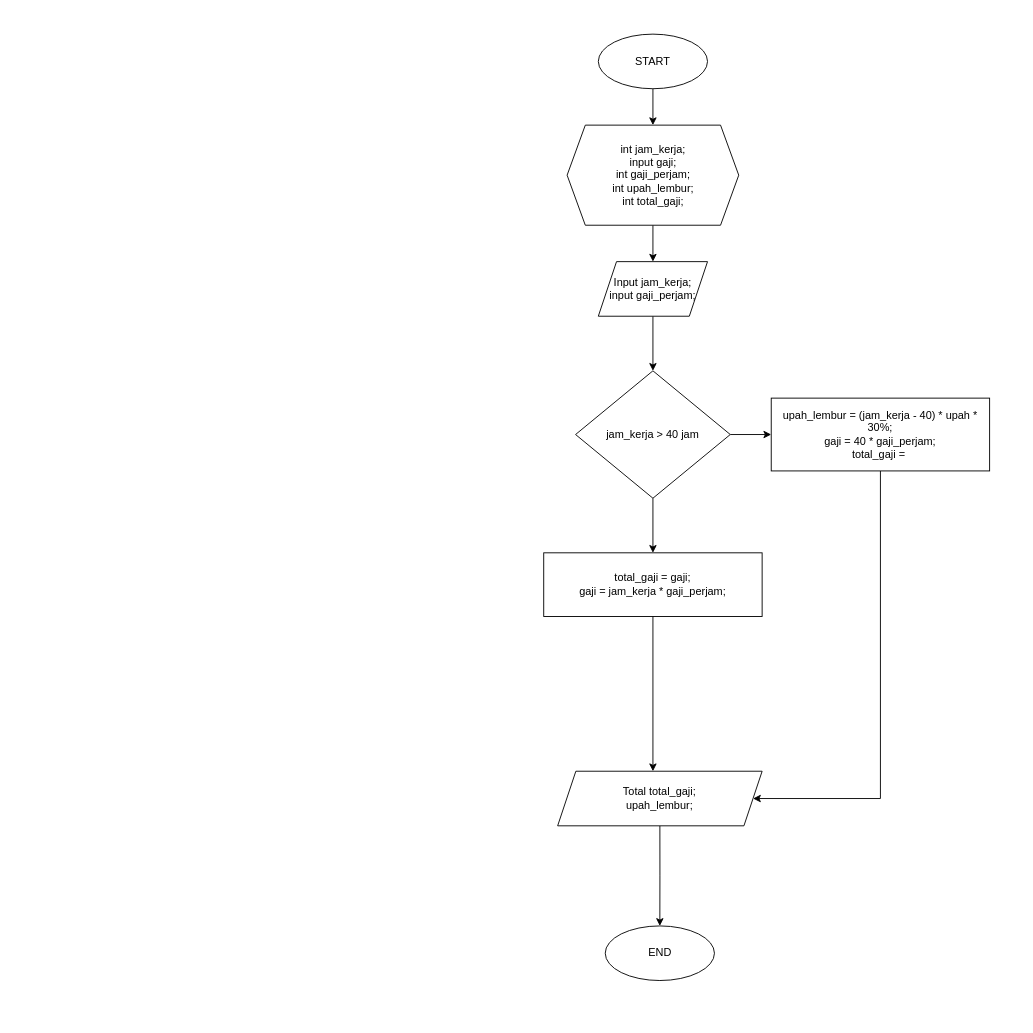
The draw.io diagram Baru.drawio in PVegananda/RANDOM_PHP_WEBSITE, before the edit. Source tidied: cells renumbered, new cells numbered last; positions are measured from the earlier drawing's top-left corner, leaving out a move shared by most shapes. Both pictures are drawn from the tidied source at 91%, with x=0, y=0 at pixel (543, 34).
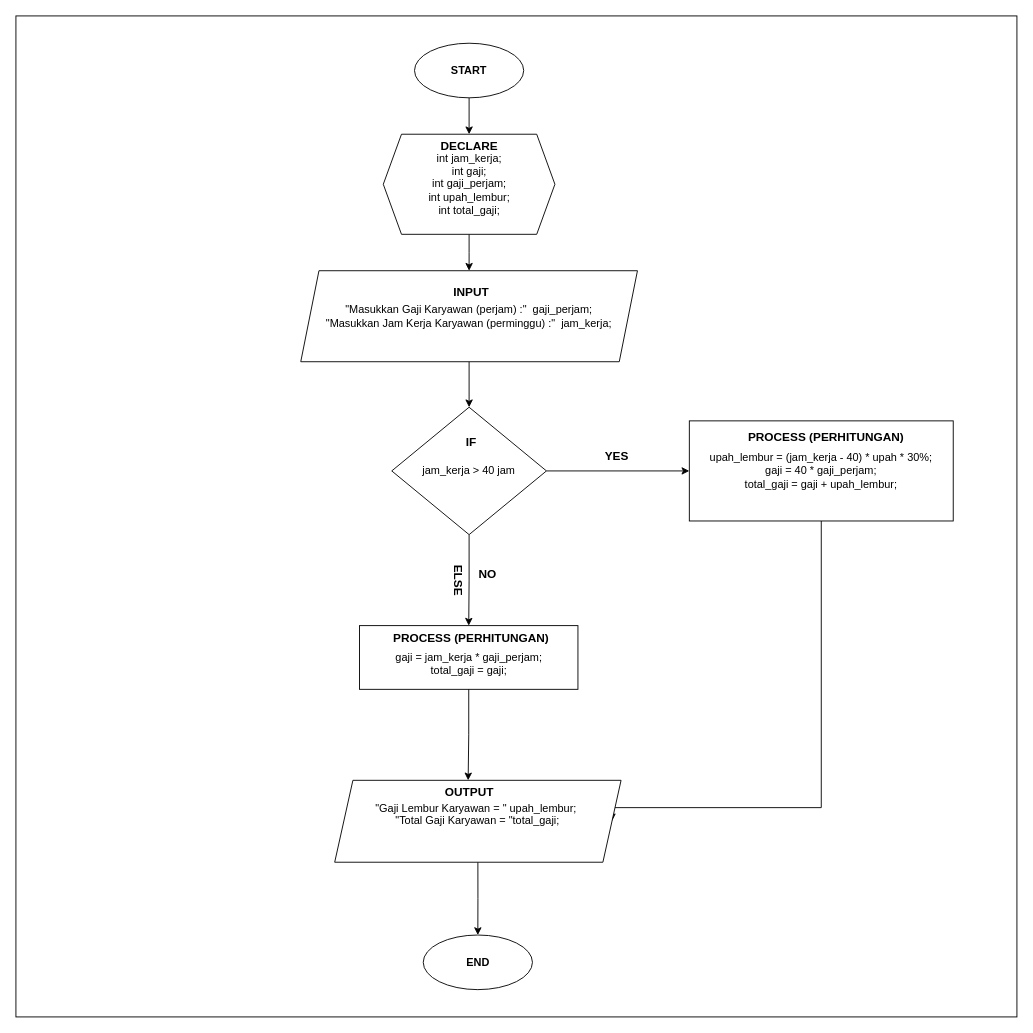
The same page after the edit.

What changed in the source:
```diff
@@
-    <mxCell id="3" value="START" style="ellipse;whiteSpace=wrap;html=1;" parent="1" vertex="1">
-      <mxGeometry x="60" width="120" height="60" as="geometry" />
+    <mxCell id="3" value="&lt;b&gt;START&lt;/b&gt;" style="ellipse;whiteSpace=wrap;html=1;" parent="1" vertex="1">
+      <mxGeometry x="-142" y="10" width="120" height="60" as="geometry" />
     </mxCell>
@@
-    <mxCell id="5" value="int jam_kerja;&lt;div&gt;input gaji;&lt;br&gt;&lt;div&gt;int gaji_perjam;&lt;/div&gt;&lt;div&gt;int upah_lembur;&lt;/div&gt;&lt;div&gt;int total_gaji;&lt;/div&gt;&lt;/div&gt;" style="shape=hexagon;perimeter=hexagonPerimeter2;whiteSpace=wrap;html=1;fixedSize=1;" parent="1" vertex="1">
-      <mxGeometry x="25.7" y="100" width="188.6" height="110" as="geometry" />
+    <mxCell id="5" value="int jam_kerja;&lt;div&gt;int gaji;&lt;br&gt;&lt;div&gt;int gaji_perjam;&lt;/div&gt;&lt;div&gt;int upah_lembur;&lt;/div&gt;&lt;div&gt;int total_gaji;&lt;/div&gt;&lt;/div&gt;" style="shape=hexagon;perimeter=hexagonPerimeter2;whiteSpace=wrap;html=1;fixedSize=1;" parent="1" vertex="1">
+      <mxGeometry x="-176.3" y="110" width="188.6" height="110" as="geometry" />
     </mxCell>
@@
-    <mxCell id="7" value="Input jam_kerja;&lt;div&gt;input gaji_perjam;&lt;/div&gt;" style="shape=parallelogram;perimeter=parallelogramPerimeter;whiteSpace=wrap;html=1;fixedSize=1;" parent="1" vertex="1">
-      <mxGeometry x="60" y="250" width="120" height="60" as="geometry" />
+    <mxCell id="7" value="&quot;Masukkan Gaji Karyawan (perjam) :&quot;&amp;nbsp; gaji_perjam;&lt;br&gt;&lt;div&gt;&lt;span style=&quot;background-color: transparent; color: light-dark(rgb(0, 0, 0), rgb(255, 255, 255));&quot;&gt;&quot;Masukkan Jam Kerja Karyawan (perminggu) :&quot;&lt;/span&gt;&amp;nbsp; jam_kerja;&lt;/div&gt;" style="shape=parallelogram;perimeter=parallelogramPerimeter;whiteSpace=wrap;html=1;fixedSize=1;" parent="1" vertex="1">
+      <mxGeometry x="-267" y="260" width="370" height="100" as="geometry" />
     </mxCell>
@@
     <mxCell id="10" value="jam_kerja &amp;gt; 40 jam" style="rhombus;whiteSpace=wrap;html=1;" parent="1" vertex="1">
-      <mxGeometry x="35" y="370" width="170" height="140" as="geometry" />
+      <mxGeometry x="-167" y="410" width="170" height="140" as="geometry" />
     </mxCell>
     <mxCell id="11" style="edgeStyle=orthogonalEdgeStyle;rounded=0;jettySize=auto;html=1;exitX=0.5;exitY=1;exitDx=0;exitDy=0;entryX=1;entryY=0.5;entryDx=0;entryDy=0;" parent="1" edge="1" source="12" target="14">
       <mxGeometry relative="1" as="geometry">
         <Array as="points">
-          <mxPoint x="370" y="840" />
+          <mxPoint x="305" y="850" />
         </Array>
       </mxGeometry>
     </mxCell>
-    <mxCell id="12" value="&lt;div&gt;&lt;br&gt;&lt;/div&gt;&lt;div&gt;&lt;br&gt;&lt;/div&gt;upah_lembur = (jam_kerja - 40) * upah * 30%;&lt;div&gt;gaji = 40 * gaji_perjam;&lt;/div&gt;&lt;div&gt;total_gaji =&amp;nbsp;&lt;br&gt;&lt;div&gt;&lt;div&gt;&lt;div&gt;&lt;br&gt;&lt;div&gt;&lt;div&gt;&amp;nbsp;&lt;/div&gt;&lt;/div&gt;&lt;/div&gt;&lt;/div&gt;&lt;/div&gt;&lt;/div&gt;" style="rounded=0;whiteSpace=wrap;html=1;" parent="1" vertex="1">
-      <mxGeometry x="250" y="400" width="240" height="80" as="geometry" />
+    <mxCell id="12" value="&lt;div&gt;&lt;br&gt;&lt;/div&gt;&lt;div&gt;&lt;br&gt;&lt;/div&gt;upah_lembur = (jam_kerja - 40) * upah * 30%;&lt;div&gt;gaji = 40 * gaji_perjam;&lt;/div&gt;&lt;div&gt;total_gaji = gaji + upah_lembur;&lt;br&gt;&lt;div&gt;&lt;div&gt;&lt;div&gt;&lt;br&gt;&lt;div&gt;&lt;div&gt;&amp;nbsp;&lt;/div&gt;&lt;/div&gt;&lt;/div&gt;&lt;/div&gt;&lt;/div&gt;&lt;/div&gt;" style="rounded=0;whiteSpace=wrap;html=1;" parent="1" vertex="1">
+      <mxGeometry x="160" y="425" width="290" height="110" as="geometry" />
     </mxCell>
@@
-    <mxCell id="14" value="Total total_gaji;&lt;div&gt;upah_lembur;&lt;/div&gt;" style="shape=parallelogram;perimeter=parallelogramPerimeter;whiteSpace=wrap;html=1;fixedSize=1;" parent="1" vertex="1">
-      <mxGeometry x="15.3" y="810" width="224.7" height="60" as="geometry" />
+    <mxCell id="14" value="&quot;Gaji Lembur Karyawan = &quot; upah_lembur;&amp;nbsp;&lt;div&gt;&quot;Total Gaji Karyawan = &quot;total_gaji;&lt;div&gt;&lt;br&gt;&lt;/div&gt;&lt;/div&gt;" style="shape=parallelogram;perimeter=parallelogramPerimeter;whiteSpace=wrap;html=1;fixedSize=1;" parent="1" vertex="1">
+      <mxGeometry x="-229.7" y="820" width="314.7" height="90" as="geometry" />
     </mxCell>
-    <mxCell id="15" value="&lt;div&gt;&lt;br&gt;&lt;/div&gt;&lt;div&gt;&lt;br&gt;&lt;/div&gt;&lt;div&gt;&lt;br&gt;&lt;/div&gt;total_gaji = gaji;&lt;div&gt;gaji = jam_kerja * gaji_perjam;&lt;div&gt;&lt;br&gt;&lt;div&gt;&amp;nbsp;&lt;/div&gt;&lt;/div&gt;&lt;div&gt;&lt;br&gt;&lt;/div&gt;&lt;/div&gt;" style="rounded=0;whiteSpace=wrap;html=1;" parent="1" vertex="1">
-      <mxGeometry y="570" width="240" height="70" as="geometry" />
+    <mxCell id="15" value="&lt;div&gt;&lt;br&gt;&lt;/div&gt;&lt;div&gt;&lt;br&gt;&lt;/div&gt;&lt;div&gt;&lt;br&gt;&lt;/div&gt;&lt;br&gt;&lt;div&gt;gaji = jam_kerja * gaji_perjam;&lt;/div&gt;&lt;div&gt;total_gaji = gaji;&lt;br&gt;&lt;div&gt;&lt;br&gt;&lt;div&gt;&amp;nbsp;&lt;/div&gt;&lt;/div&gt;&lt;div&gt;&lt;br&gt;&lt;/div&gt;&lt;/div&gt;" style="rounded=0;whiteSpace=wrap;html=1;" parent="1" vertex="1">
+      <mxGeometry x="-202.4" y="650" width="240" height="70" as="geometry" />
     </mxCell>
-    <mxCell id="16" value="END" style="ellipse;whiteSpace=wrap;html=1;" parent="1" vertex="1">
-      <mxGeometry x="67.6" y="980" width="120" height="60" as="geometry" />
+    <mxCell id="16" value="&lt;b&gt;END&lt;/b&gt;" style="ellipse;whiteSpace=wrap;html=1;" parent="1" vertex="1">
+      <mxGeometry x="-132.4" y="990" width="120" height="60" as="geometry" />
     </mxCell>
@@
+    <mxCell id="18" value="&lt;font style=&quot;font-size: 13px;&quot;&gt;DECLARE&lt;/font&gt;" style="text;strokeColor=none;fillColor=none;html=1;fontSize=24;fontStyle=1;verticalAlign=middle;align=center;" parent="1" vertex="1">
+      <mxGeometry x="-132.4" y="100" width="100" height="40" as="geometry" />
+    </mxCell>
+    <mxCell id="19" value="&lt;font style=&quot;font-size: 13px;&quot;&gt;INPUT&lt;/font&gt;" style="text;strokeColor=none;fillColor=none;html=1;fontSize=24;fontStyle=1;verticalAlign=middle;align=center;" parent="1" vertex="1">
+      <mxGeometry x="-130" y="260" width="100" height="40" as="geometry" />
+    </mxCell>
+    <mxCell id="20" value="&lt;font style=&quot;font-size: 13px;&quot;&gt;IF&lt;/font&gt;" style="text;strokeColor=none;fillColor=none;html=1;fontSize=24;fontStyle=1;verticalAlign=middle;align=center;" parent="1" vertex="1">
+      <mxGeometry x="-130" y="425" width="100" height="40" as="geometry" />
+    </mxCell>
+    <mxCell id="21" value="&lt;font style=&quot;font-size: 13px;&quot;&gt;YES&lt;/font&gt;" style="text;strokeColor=none;fillColor=none;html=1;fontSize=24;fontStyle=1;verticalAlign=middle;align=center;" parent="1" vertex="1">
+      <mxGeometry x="30" y="440" width="100" height="40" as="geometry" />
+    </mxCell>
+    <mxCell id="22" value="&lt;font style=&quot;font-size: 13px;&quot;&gt;NO&lt;/font&gt;" style="text;strokeColor=none;fillColor=none;html=1;fontSize=24;fontStyle=1;verticalAlign=middle;align=center;" parent="1" vertex="1">
+      <mxGeometry x="-112.4" y="570" width="100" height="40" as="geometry" />
+    </mxCell>
+    <mxCell id="23" value="&lt;font style=&quot;font-size: 13px;&quot;&gt;ELSE&lt;/font&gt;" style="text;strokeColor=none;fillColor=none;html=1;fontSize=24;fontStyle=1;verticalAlign=middle;align=center;rotation=90;" parent="1" vertex="1">
+      <mxGeometry x="-140" y="580" width="100" height="40" as="geometry" />
+    </mxCell>
+    <mxCell id="24" value="&lt;font style=&quot;font-size: 13px;&quot;&gt;PROCESS (PERHITUNGAN)&lt;/font&gt;" style="text;strokeColor=none;fillColor=none;html=1;fontSize=24;fontStyle=1;verticalAlign=middle;align=center;" parent="1" vertex="1">
+      <mxGeometry x="-130" y="640" width="100" height="40" as="geometry" />
+    </mxCell>
+    <mxCell id="25" value="&lt;font style=&quot;font-size: 13px;&quot;&gt;PROCESS (PERHITUNGAN)&lt;/font&gt;" style="text;strokeColor=none;fillColor=none;html=1;fontSize=24;fontStyle=1;verticalAlign=middle;align=center;" parent="1" vertex="1">
+      <mxGeometry x="260" y="420" width="100" height="40" as="geometry" />
+    </mxCell>
+    <mxCell id="26" value="&lt;font style=&quot;font-size: 13px;&quot;&gt;OUTPUT&lt;/font&gt;" style="text;strokeColor=none;fillColor=none;html=1;fontSize=24;fontStyle=1;verticalAlign=middle;align=center;" parent="1" vertex="1">
+      <mxGeometry x="-132" y="810" width="100" height="40" as="geometry" />
+    </mxCell>
+    <mxCell id="27" style="whiteSpace=wrap;html=1;fillColor=none;" parent="1" vertex="1">
+      <mxGeometry x="-580" y="-20" width="1100" height="1100" as="geometry" />
+    </mxCell>
```
